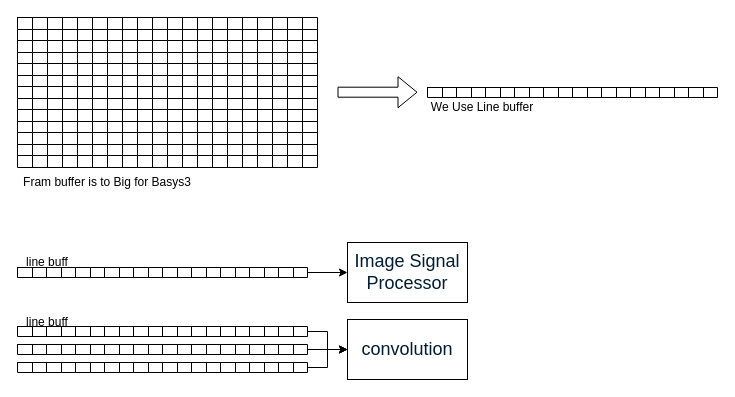
The draw.io diagram ISP계획.drawio in cong2738/HARMAN_fpga-VGA, before the edit. Source tidied: cells renumbered, new cells numbered last; positions are measured from the earlier drawing's top-left corner, leaving out a move shared by most shapes. Both pictures are drawn from the tidied source at 100%, with x=0, y=0 at pixel (17, 17).
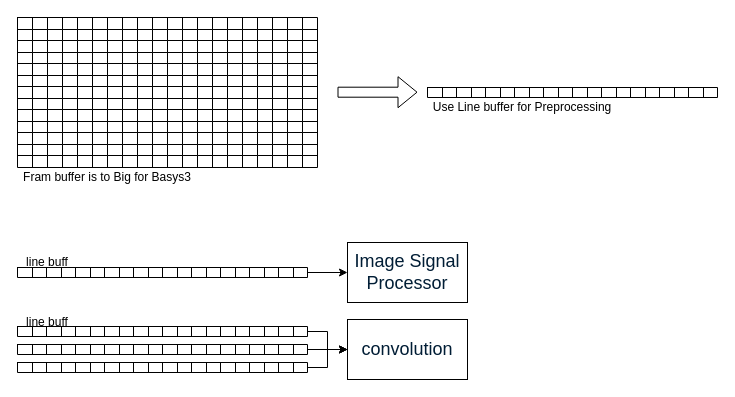
After the change.

What changed in the source:
```diff
@@
     <mxCell id="276" value="Fram buffer is to Big for Basys3" style="text;html=1;align=center;verticalAlign=middle;whiteSpace=wrap;rounded=0;" parent="1" vertex="1">
-      <mxGeometry y="150" width="180" height="30" as="geometry" />
+      <mxGeometry y="150" width="180" height="20" as="geometry" />
     </mxCell>
@@
-    <mxCell id="300" value="We Use Line buffer" style="text;html=1;align=center;verticalAlign=middle;whiteSpace=wrap;rounded=0;" parent="1" vertex="1">
-      <mxGeometry x="410" y="80" width="110" height="20" as="geometry" />
+    <mxCell id="300" value="Use Line buffer for Preprocessing" style="text;html=1;align=center;verticalAlign=middle;whiteSpace=wrap;rounded=0;" parent="1" vertex="1">
+      <mxGeometry x="410" y="80" width="190" height="20" as="geometry" />
     </mxCell>
```
